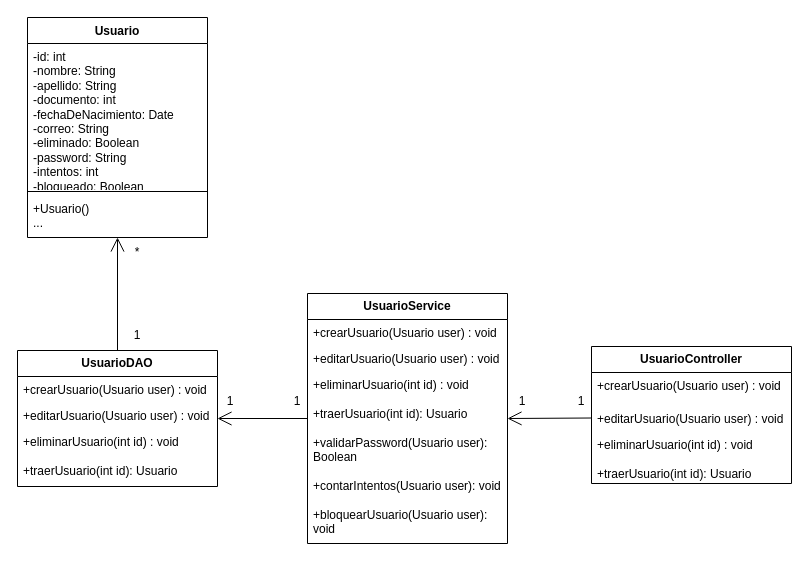
GabrielLeiva05/IS2-2026-33-DE-ESPADAS keeps this draw.io diagram as TRABAJO-PRACTICO-GUIA-NO-1/EJERCICIO4/a.AyD/UML-EJ4.drawio. Above is the earlier version. Source tidied: cells renumbered, new cells numbered last; positions are measured from the earlier drawing's top-left corner, leaving out a move shared by most shapes. Both pictures are drawn from the tidied source at 100%, with x=0, y=0 at pixel (17, 17).
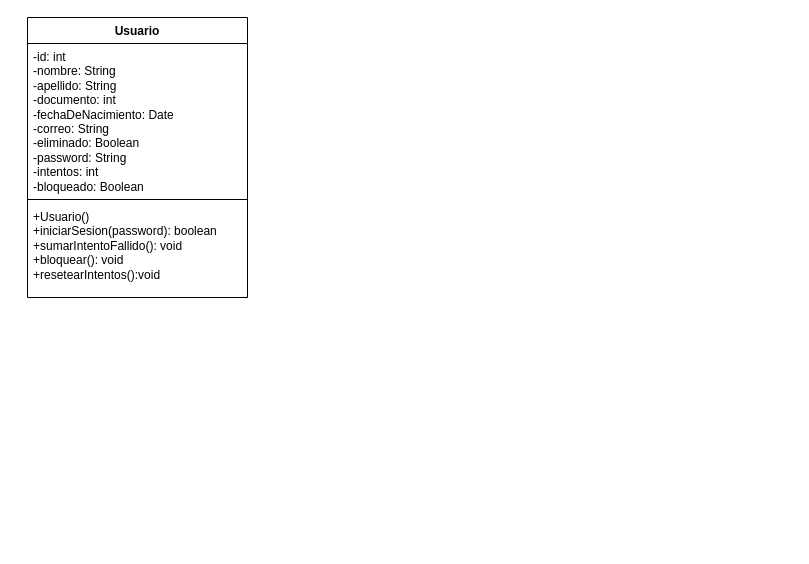
Above is the later version.

Commit message (it also covers changes not shown here):
Agrego diagramas de clases de diseño terminados.

Change to the diagram source:
```diff
@@
     <mxCell id="2" value="Usuario" style="swimlane;fontStyle=1;align=center;verticalAlign=top;horizontal=1;startSize=26;whiteSpace=wrap;html=1;" parent="1" vertex="1">
-      <mxGeometry x="10" width="180" height="220" as="geometry" />
+      <mxGeometry x="10" width="220" height="280" as="geometry" />
     </mxCell>
     <mxCell id="3" value="&lt;div&gt;-id: int&lt;/div&gt;-nombre: String&lt;div&gt;-apellido: String&lt;/div&gt;&lt;div&gt;-documento: int&lt;/div&gt;&lt;div&gt;-fechaDeNacimiento: Date&lt;/div&gt;&lt;div&gt;-correo: String&lt;/div&gt;&lt;div&gt;-eliminado: Boolean&lt;/div&gt;&lt;div&gt;-password: String&lt;/div&gt;&lt;div&gt;-intentos: int&lt;/div&gt;&lt;div&gt;-bloqueado: Boolean&lt;/div&gt;" style="text;strokeColor=none;fillColor=none;align=left;verticalAlign=top;spacingLeft=4;spacingRight=4;overflow=hidden;whiteSpace=wrap;html=1;" parent="2" vertex="1">
-      <mxGeometry y="26" width="180" height="144" as="geometry" />
+      <mxGeometry y="26" width="220" height="152" as="geometry" />
     </mxCell>
-    <mxCell id="4" style="line;strokeWidth=1;fillColor=none;align=left;verticalAlign=middle;spacingTop=-1;spacingLeft=3;spacingRight=3;labelPosition=right;strokeColor=inherit;" parent="2" vertex="1">
-      <mxGeometry y="170" width="180" height="8" as="geometry" />
-    </mxCell>
-    <mxCell id="5" value="+Usuario(&lt;span style=&quot;background-color: transparent; color: light-dark(rgb(0, 0, 0), rgb(255, 255, 255));&quot;&gt;)&lt;/span&gt;&lt;div&gt;&lt;span style=&quot;background-color: transparent; color: light-dark(rgb(0, 0, 0), rgb(255, 255, 255));&quot;&gt;...&lt;/span&gt;&lt;/div&gt;" style="text;strokeColor=none;fillColor=none;align=left;verticalAlign=top;spacingLeft=4;spacingRight=4;overflow=hidden;whiteSpace=wrap;html=1;" parent="2" vertex="1">
-      <mxGeometry y="178" width="180" height="42" as="geometry" />
-    </mxCell>
-    <mxCell id="6" value="&lt;span style=&quot;font-weight: 700;&quot;&gt;UsuarioController&lt;/span&gt;" style="swimlane;fontStyle=0;horizontal=1;startSize=26;fillColor=none;whiteSpace=wrap;html=1;" parent="1" vertex="1">
-      <mxGeometry x="574" y="329" width="200" height="137" as="geometry" />
-    </mxCell>
-    <mxCell id="7" value="+crearUsuario(Usuario user) : void" style="text;strokeColor=none;fillColor=none;align=left;verticalAlign=top;spacingLeft=4;spacingRight=4;overflow=hidden;whiteSpace=wrap;html=1;" parent="6" vertex="1">
-      <mxGeometry y="26" width="200" height="32.5" as="geometry" />
-    </mxCell>
-    <mxCell id="8" value="+editarUsuario(Usuario user) : void" style="text;strokeColor=none;fillColor=none;align=left;verticalAlign=top;spacingLeft=4;spacingRight=4;overflow=hidden;points=[[0,0.5],[1,0.5]];portConstraint=eastwest;whiteSpace=wrap;html=1;" parent="6" vertex="1">
-      <mxGeometry y="58.5" width="200" height="26" as="geometry" />
-    </mxCell>
-    <mxCell id="9" value="+eliminarUsuario(int id) : void&lt;div&gt;&lt;br&gt;&lt;/div&gt;&lt;div&gt;+traerUsuario(int id): Usuario&lt;/div&gt;" style="text;strokeColor=none;fillColor=none;align=left;verticalAlign=top;spacingLeft=4;spacingRight=4;overflow=hidden;whiteSpace=wrap;html=1;" parent="6" vertex="1">
-      <mxGeometry y="84.5" width="200" height="52.5" as="geometry" />
-    </mxCell>
-    <mxCell id="10" value="&lt;span style=&quot;font-weight: 700;&quot;&gt;UsuarioService&lt;/span&gt;" style="swimlane;fontStyle=0;horizontal=1;startSize=26;fillColor=none;whiteSpace=wrap;html=1;" parent="1" vertex="1">
-      <mxGeometry x="290" y="276" width="200" height="250" as="geometry" />
-    </mxCell>
-    <mxCell id="11" value="+crearUsuario(Usuario user) : void" style="text;strokeColor=none;fillColor=none;align=left;verticalAlign=top;spacingLeft=4;spacingRight=4;overflow=hidden;whiteSpace=wrap;html=1;" parent="10" vertex="1">
-      <mxGeometry y="26" width="200" height="26" as="geometry" />
-    </mxCell>
-    <mxCell id="12" value="+editarUsuario(Usuario user) : void" style="text;strokeColor=none;fillColor=none;align=left;verticalAlign=top;spacingLeft=4;spacingRight=4;overflow=hidden;whiteSpace=wrap;html=1;" parent="10" vertex="1">
-      <mxGeometry y="52" width="200" height="26" as="geometry" />
-    </mxCell>
-    <mxCell id="13" value="+eliminarUsuario(int id) : void&lt;div&gt;&lt;br&gt;&lt;/div&gt;&lt;div&gt;+traerUsuario(int id): Usuario&lt;/div&gt;&lt;div&gt;&lt;br&gt;&lt;/div&gt;&lt;div&gt;+validarPassword(Usuario user): Boolean&lt;/div&gt;&lt;div&gt;&lt;br&gt;&lt;/div&gt;&lt;div&gt;+contarIntentos(Usuario user): void&lt;/div&gt;&lt;div&gt;&lt;br&gt;&lt;/div&gt;&lt;div&gt;+bloquearUsuario(Usuario user): void&lt;/div&gt;" style="text;strokeColor=none;fillColor=none;align=left;verticalAlign=top;spacingLeft=4;spacingRight=4;overflow=hidden;whiteSpace=wrap;html=1;" parent="10" vertex="1">
-      <mxGeometry y="78" width="200" height="172" as="geometry" />
-    </mxCell>
-    <mxCell id="14" value="&lt;span style=&quot;font-weight: 700;&quot;&gt;UsuarioDAO&lt;/span&gt;" style="swimlane;fontStyle=0;horizontal=1;startSize=26;fillColor=none;whiteSpace=wrap;html=1;" parent="1" vertex="1">
-      <mxGeometry y="333" width="200" height="136" as="geometry" />
-    </mxCell>
-    <mxCell id="15" value="+crearUsuario(Usuario user) : void" style="text;strokeColor=none;fillColor=none;align=left;verticalAlign=top;spacingLeft=4;spacingRight=4;overflow=hidden;whiteSpace=wrap;html=1;" parent="14" vertex="1">
-      <mxGeometry y="26" width="200" height="26" as="geometry" />
-    </mxCell>
-    <mxCell id="16" value="+editarUsuario(Usuario user) : void" style="text;strokeColor=none;fillColor=none;align=left;verticalAlign=top;spacingLeft=4;spacingRight=4;overflow=hidden;whiteSpace=wrap;html=1;" parent="14" vertex="1">
-      <mxGeometry y="52" width="200" height="26" as="geometry" />
-    </mxCell>
-    <mxCell id="17" value="+eliminarUsuario(int id) : void&lt;div&gt;&lt;br&gt;&lt;/div&gt;&lt;div&gt;+traerUsuario(int id): Usuario&lt;/div&gt;" style="text;strokeColor=none;fillColor=none;align=left;verticalAlign=top;spacingLeft=4;spacingRight=4;overflow=hidden;whiteSpace=wrap;html=1;" parent="14" vertex="1">
-      <mxGeometry y="78" width="200" height="58" as="geometry" />
-    </mxCell>
-    <mxCell id="18" style="endArrow=open;endFill=1;endSize=12;html=1;rounded=0;entryX=0.5;entryY=1;entryDx=0;entryDy=0;exitX=0.5;exitY=0;exitDx=0;exitDy=0;" parent="1" edge="1" source="14" target="2">
-      <mxGeometry relative="1" as="geometry" />
-    </mxCell>
-    <mxCell id="19" style="endArrow=open;endFill=1;endSize=12;html=1;rounded=0;entryX=1;entryY=0.5;entryDx=0;entryDy=0;exitX=0;exitY=0.5;exitDx=0;exitDy=0;" parent="1" edge="1" source="10" target="14">
-      <mxGeometry relative="1" as="geometry" />
-    </mxCell>
-    <mxCell id="20" style="endArrow=open;endFill=1;endSize=12;html=1;rounded=0;entryX=1;entryY=0.5;entryDx=0;entryDy=0;exitX=0;exitY=0.5;exitDx=0;exitDy=0;" parent="1" edge="1" source="8" target="10">
-      <mxGeometry relative="1" as="geometry" />
-    </mxCell>
-    <mxCell id="21" value="*" style="text;html=1;whiteSpace=wrap;strokeColor=none;fillColor=none;align=center;verticalAlign=middle;rounded=0;" parent="1" vertex="1">
-      <mxGeometry x="90" y="220" width="60" height="30" as="geometry" />
-    </mxCell>
-    <mxCell id="22" value="1" style="text;html=1;whiteSpace=wrap;strokeColor=none;fillColor=none;align=center;verticalAlign=middle;rounded=0;" parent="1" vertex="1">
-      <mxGeometry x="90" y="303" width="60" height="30" as="geometry" />
-    </mxCell>
-    <mxCell id="23" value="1" style="text;html=1;whiteSpace=wrap;strokeColor=none;fillColor=none;align=center;verticalAlign=middle;rounded=0;" parent="1" vertex="1">
-      <mxGeometry x="183" y="369" width="60" height="30" as="geometry" />
-    </mxCell>
-    <mxCell id="24" value="1" style="text;html=1;whiteSpace=wrap;strokeColor=none;fillColor=none;align=center;verticalAlign=middle;rounded=0;" parent="1" vertex="1">
-      <mxGeometry x="250" y="369" width="60" height="30" as="geometry" />
-    </mxCell>
-    <mxCell id="25" value="1" style="text;html=1;whiteSpace=wrap;strokeColor=none;fillColor=none;align=center;verticalAlign=middle;rounded=0;" parent="1" vertex="1">
-      <mxGeometry x="475" y="369" width="60" height="30" as="geometry" />
-    </mxCell>
-    <mxCell id="26" value="1" style="text;html=1;whiteSpace=wrap;strokeColor=none;fillColor=none;align=center;verticalAlign=middle;rounded=0;" parent="1" vertex="1">
-      <mxGeometry x="534" y="369" width="60" height="30" as="geometry" />
-    </mxCell>
+    <mxCell id="27" style="line;strokeWidth=1;fillColor=none;align=left;verticalAlign=middle;spacingTop=-1;spacingLeft=3;spacingRight=3;labelPosition=right;strokeColor=inherit;" parent="2" vertex="1">
+      <mxGeometry y="178" width="220" height="8" as="geometry" />
+    </mxCell>
+    <mxCell id="28" value="+Usuario()&lt;div&gt;+iniciarSesion(password): boolean&lt;/div&gt;&lt;div&gt;+sumarIntentoFallido(): void&lt;/div&gt;&lt;div&gt;+bloquear(): void&lt;/div&gt;&lt;div&gt;+resetearIntentos():void&lt;/div&gt;" style="text;strokeColor=none;fillColor=none;align=left;verticalAlign=top;spacingLeft=4;spacingRight=4;overflow=hidden;whiteSpace=wrap;html=1;" parent="2" vertex="1">
+      <mxGeometry y="186" width="220" height="94" as="geometry" />
+    </mxCell>
```
